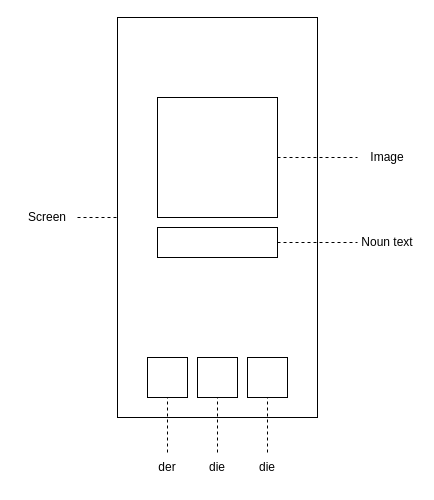
This is docs/layouts/diagrams.drawio from albertattard/wort-werk, a draw.io file, before an edit. Source tidied: cells renumbered, new cells numbered last; positions are measured from the earlier drawing's top-left corner, leaving out a move shared by most shapes. Both pictures are drawn from the tidied source at 100%, with x=0, y=0 at pixel (17, 17).
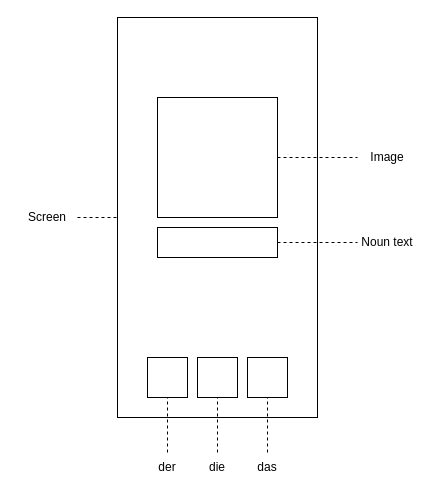
The same diagram, later.

Commit message (it also covers changes not shown here):
docs: correct article diagram

The edit, as a diff of the source:
```diff
@@
 <mxGraphModel>
   <root>
     <mxCell id="0" />
     <mxCell id="1" parent="0" />
     <mxCell id="2" style="rounded=0;whiteSpace=wrap;html=1;" parent="1" vertex="1">
       <mxGeometry x="100" width="200" height="400" as="geometry" />
     </mxCell>
     <mxCell id="3" style="whiteSpace=wrap;html=1;" parent="1" vertex="1">
       <mxGeometry x="140" y="80" width="120" height="120" as="geometry" />
     </mxCell>
     <mxCell id="4" style="rounded=0;whiteSpace=wrap;html=1;" parent="1" vertex="1">
       <mxGeometry x="140" y="210" width="120" height="30" as="geometry" />
     </mxCell>
     <mxCell id="5" style="rounded=0;whiteSpace=wrap;html=1;" parent="1" vertex="1">
       <mxGeometry x="130" y="340" width="40" height="40" as="geometry" />
     </mxCell>
     <mxCell id="6" style="rounded=0;whiteSpace=wrap;html=1;" parent="1" vertex="1">
       <mxGeometry x="180" y="340" width="40" height="40" as="geometry" />
     </mxCell>
     <mxCell id="7" style="rounded=0;whiteSpace=wrap;html=1;" parent="1" vertex="1">
       <mxGeometry x="230" y="340" width="40" height="40" as="geometry" />
     </mxCell>
     <mxCell id="8" value="Image" style="text;html=1;whiteSpace=wrap;strokeColor=none;fillColor=none;align=center;verticalAlign=middle;rounded=0;" parent="1" vertex="1">
       <mxGeometry x="340" y="125" width="60" height="30" as="geometry" />
     </mxCell>
     <mxCell id="9" value="Noun text" style="text;html=1;whiteSpace=wrap;strokeColor=none;fillColor=none;align=center;verticalAlign=middle;rounded=0;" parent="1" vertex="1">
       <mxGeometry x="340" y="210" width="60" height="30" as="geometry" />
     </mxCell>
     <mxCell id="10" value="der" style="text;html=1;whiteSpace=wrap;strokeColor=none;fillColor=none;align=center;verticalAlign=middle;rounded=0;" parent="1" vertex="1">
       <mxGeometry x="120" y="435" width="60" height="30" as="geometry" />
     </mxCell>
     <mxCell id="11" value="die" style="text;html=1;whiteSpace=wrap;strokeColor=none;fillColor=none;align=center;verticalAlign=middle;rounded=0;" parent="1" vertex="1">
       <mxGeometry x="170" y="435" width="60" height="30" as="geometry" />
     </mxCell>
-    <mxCell id="12" value="die" style="text;html=1;whiteSpace=wrap;strokeColor=none;fillColor=none;align=center;verticalAlign=middle;rounded=0;" parent="1" vertex="1">
+    <mxCell id="12" value="das" style="text;html=1;whiteSpace=wrap;strokeColor=none;fillColor=none;align=center;verticalAlign=middle;rounded=0;" parent="1" vertex="1">
       <mxGeometry x="220" y="435" width="60" height="30" as="geometry" />
     </mxCell>
     <mxCell id="13" style="endArrow=none;dashed=1;html=1;rounded=0;" parent="1" edge="1" source="10" target="5">
       <mxGeometry relative="1" as="geometry" />
     </mxCell>
     <mxCell id="14" style="endArrow=none;dashed=1;html=1;rounded=0;" parent="1" edge="1" source="11" target="6">
       <mxGeometry relative="1" as="geometry" />
     </mxCell>
     <mxCell id="15" style="endArrow=none;dashed=1;html=1;rounded=0;" parent="1" edge="1" source="12" target="7">
       <mxGeometry relative="1" as="geometry" />
     </mxCell>
     <mxCell id="16" style="endArrow=none;dashed=1;html=1;rounded=0;" parent="1" edge="1" source="4" target="9">
       <mxGeometry relative="1" as="geometry" />
     </mxCell>
     <mxCell id="17" style="endArrow=none;dashed=1;html=1;rounded=0;" parent="1" edge="1" source="3" target="8">
       <mxGeometry relative="1" as="geometry" />
     </mxCell>
     <mxCell id="18" value="Screen" style="text;html=1;whiteSpace=wrap;strokeColor=none;fillColor=none;align=center;verticalAlign=middle;rounded=0;" parent="1" vertex="1">
       <mxGeometry y="185" width="60" height="30" as="geometry" />
     </mxCell>
     <mxCell id="19" style="endArrow=none;dashed=1;html=1;rounded=0;" parent="1" edge="1" source="18" target="2">
       <mxGeometry relative="1" as="geometry" />
     </mxCell>
   </root>
 </mxGraphModel>
```
